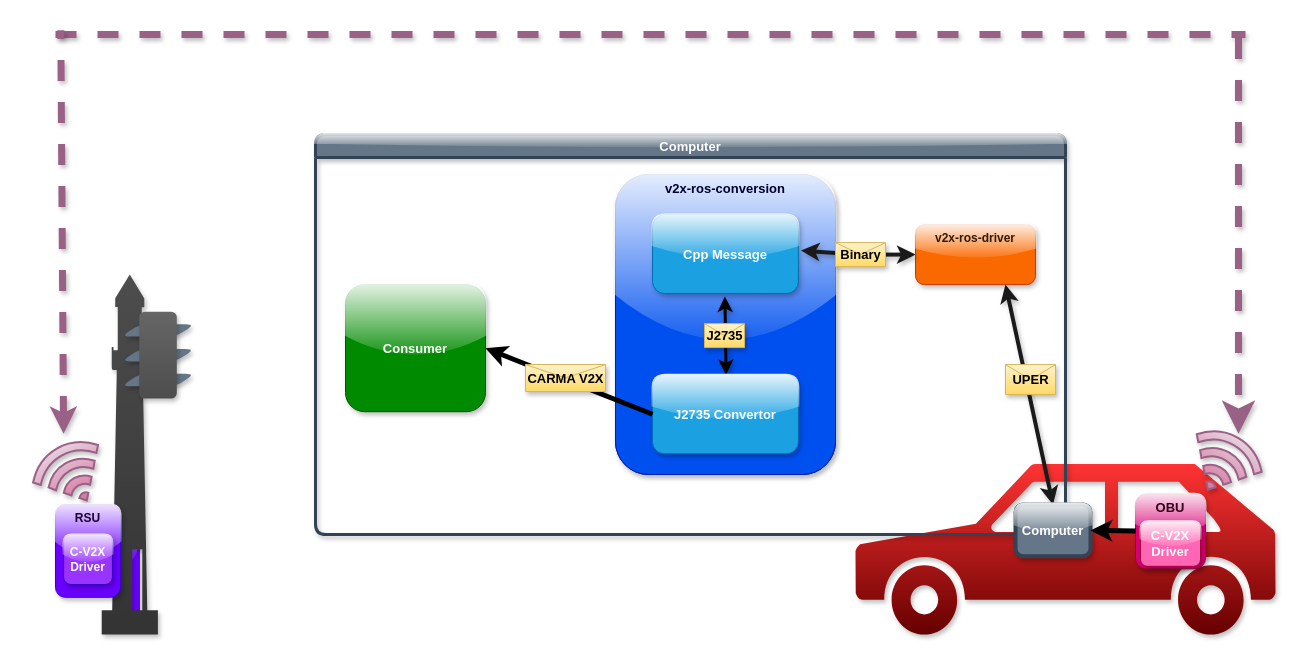
Earlier version of the draw.io diagram assets/diagram.drawio (usdot-fhwa-stol/v2x-ros-conversion). Source tidied: cells renumbered, new cells numbered last; positions are measured from the earlier drawing's top-left corner, leaving out a move shared by most shapes. Both pictures are drawn from the tidied source at 100%, with x=0, y=0 at pixel (34, 30).
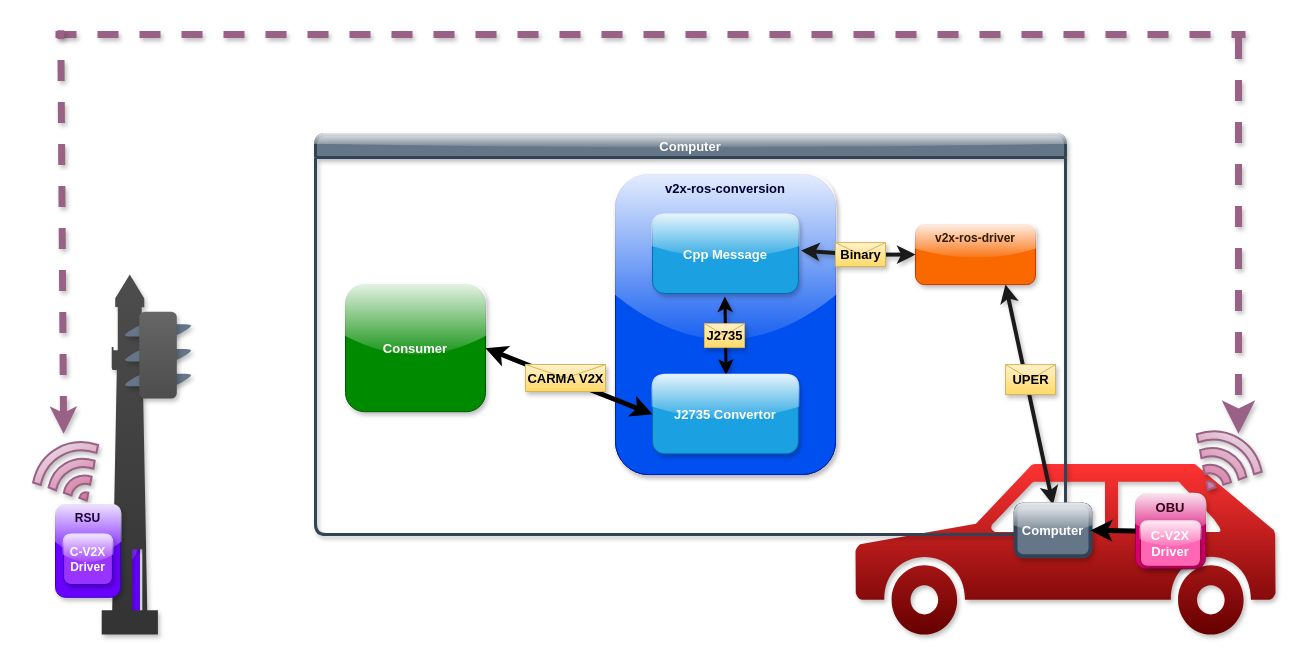
The same page after the edit.

The change refers to these unchanged cells:
```xml
<mxCell id="7" value="Computer" style="swimlane;whiteSpace=wrap;html=1;fillColor=#647687;strokeColor=#314354;fontColor=#FFFFFF;fontStyle=1;fontSize=13;glass=1;shadow=1;rounded=1;strokeWidth=3;" parent="1" vertex="1">
  <mxGeometry x="281" y="104" width="750" height="400" as="geometry" />
</mxCell>
<mxCell id="14" value="J2735 Convertor" style="rounded=1;whiteSpace=wrap;html=1;fillColor=#1ba1e2;fontColor=#FFFFFF;strokeColor=#006EAF;glass=1;verticalAlign=middle;fontStyle=1;fontSize=13;shadow=1;" parent="8" vertex="1">
  <mxGeometry x="37" y="200.3" width="145.9" height="79" as="geometry" />
</mxCell>
<mxCell id="17" value="&lt;font style=&quot;color: rgb(255, 255, 255);&quot;&gt;Consumer&lt;/font&gt;" style="rounded=1;whiteSpace=wrap;html=1;fillColor=#008a00;strokeColor=#005700;glass=1;verticalAlign=middle;fontStyle=1;fontSize=13;shadow=1;fontColor=#FFFFFF;" parent="7" vertex="1">
  <mxGeometry x="30" y="150.1" width="140" height="127.1" as="geometry" />
</mxCell>
```

The edit, as a diff of the source:
```diff
@@
-    <mxCell id="21" style="edgeStyle=none;html=1;exitX=0;exitY=0.5;exitDx=0;exitDy=0;entryX=1;entryY=0.5;entryDx=0;entryDy=0;strokeWidth=5;" parent="7" edge="1" source="14" target="17">
+    <mxCell id="21" style="edgeStyle=none;html=1;exitX=0;exitY=0.5;exitDx=0;exitDy=0;entryX=1;entryY=0.5;entryDx=0;entryDy=0;strokeWidth=5;startArrow=classic;startFill=1;" parent="7" edge="1" source="14" target="17">
       <mxGeometry relative="1" as="geometry" />
     </mxCell>
```
